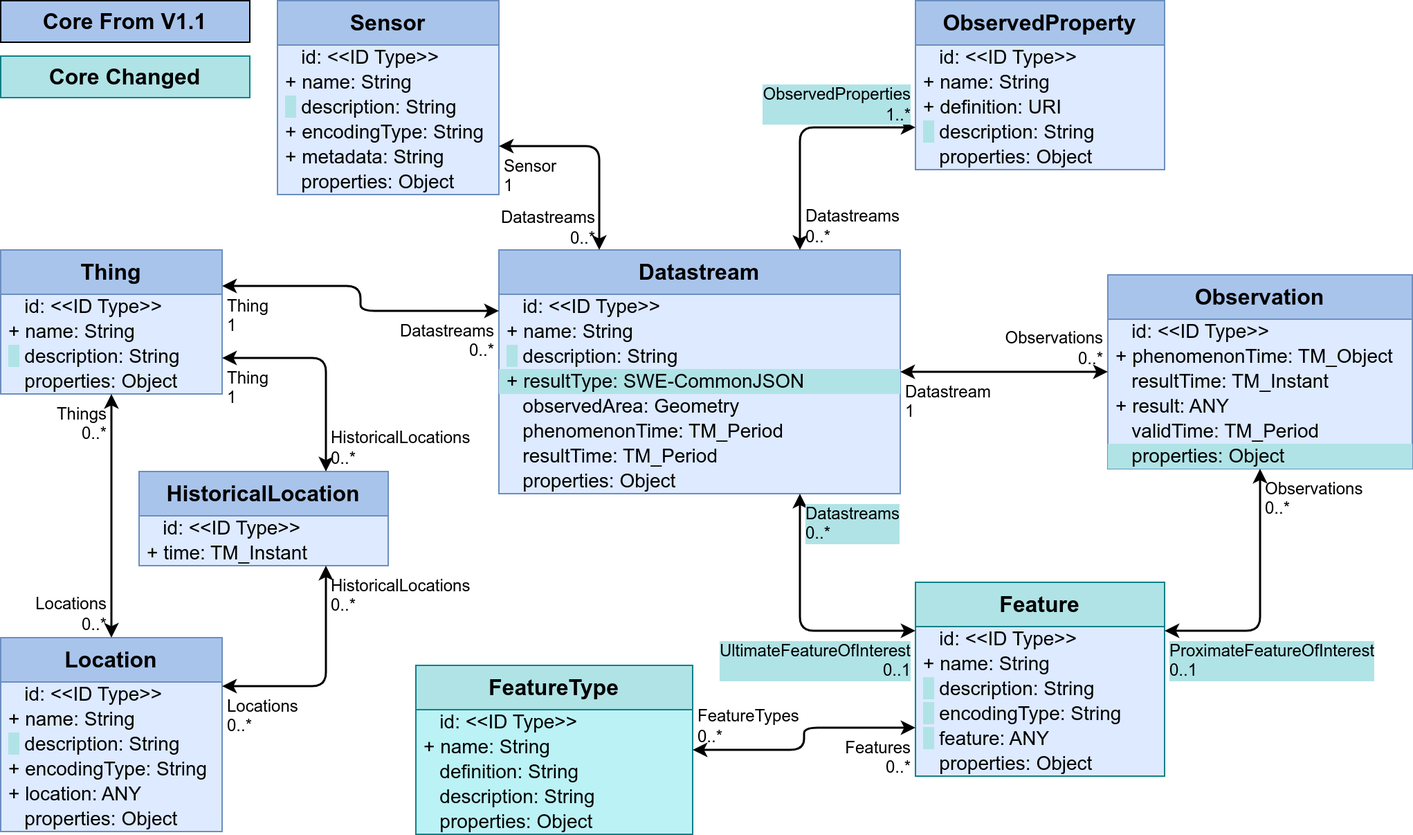
opengeospatial/sensorthings keeps this draw.io diagram as figures/Datamodel-SensorThingsApi-V2-proposal-1-Core.drawio.png. Above is the earlier version. Source tidied: cells renumbered, new cells last; positions are measured from the earlier drawing's top-left corner, leaving out a move shared by most shapes.
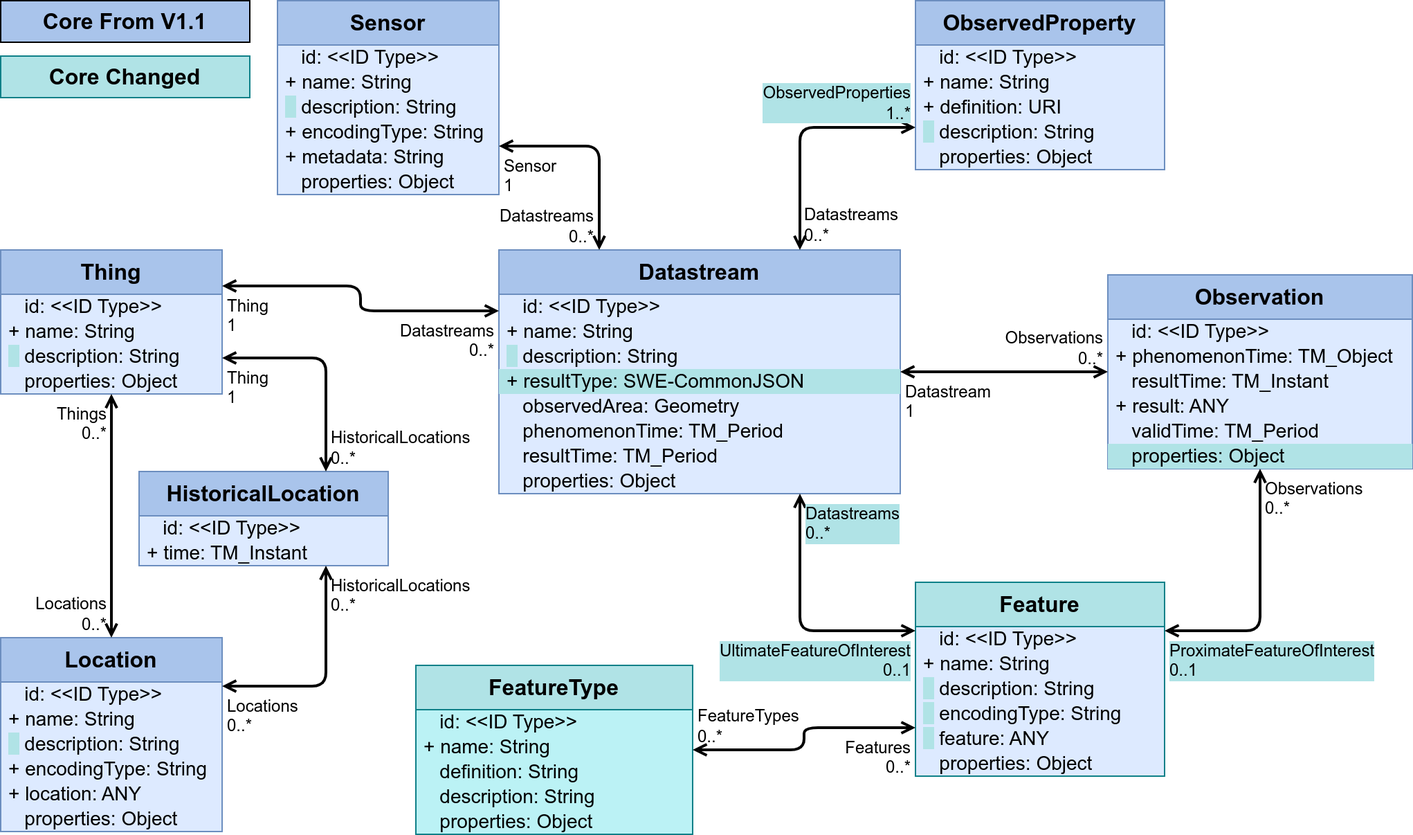
The same file after the commit.

What changed in the source:
```diff
@@ -50,7 +50,7 @@
     <mxCell id="17" value="&amp;nbsp;&amp;nbsp;&amp;nbsp;properties: Object" style="text;strokeColor=none;fillColor=none;align=left;verticalAlign=middle;spacingLeft=4;spacingRight=4;overflow=visible;html=1;fontSize=14;" parent="11" vertex="1">
       <mxGeometry y="122" width="180" height="18" as="geometry" />
     </mxCell>
-    <mxCell id="18" style="endArrow=classic;startArrow=classic;html=1;rounded=1;exitX=0;exitY=0.25;exitDx=0;exitDy=0;edgeStyle=orthogonalEdgeStyle;entryX=0.75;entryY=1;entryDx=0;entryDy=0;curved=0;strokeWidth=1.5;" parent="1" edge="1" source="11" target="2">
+    <mxCell id="18" style="endArrow=open;startArrow=open;html=1;rounded=1;exitX=0;exitY=0.25;exitDx=0;exitDy=0;edgeStyle=orthogonalEdgeStyle;entryX=0.75;entryY=1;entryDx=0;entryDy=0;curved=0;strokeWidth=2;startFill=0;endFill=0;" parent="1" edge="1" source="11" target="2">
       <mxGeometry relative="1" as="geometry" />
     </mxCell>
     <mxCell id="19" value="UltimateFeatureOfInterest&lt;br&gt;0..1" style="edgeLabel;html=1;align=right;verticalAlign=top;labelBackgroundColor=#B0E3E6;fontSize=12;spacingLeft=1;spacing=3;spacingRight=2;" parent="18" vertex="1">
@@ -77,7 +77,7 @@
     <mxCell id="26" value="&amp;nbsp;&amp;nbsp;&amp;nbsp;properties: Object" style="text;strokeColor=none;fillColor=none;align=left;verticalAlign=middle;spacingLeft=4;spacingRight=4;overflow=visible;html=1;fontSize=14;" parent="21" vertex="1">
       <mxGeometry y="104" width="200" height="18" as="geometry" />
     </mxCell>
-    <mxCell id="27" style="endArrow=classic;startArrow=classic;html=1;rounded=1;edgeStyle=orthogonalEdgeStyle;entryX=0;entryY=0.75;entryDx=0;entryDy=0;exitX=1;exitY=0.5;exitDx=0;exitDy=0;strokeWidth=1.5;curved=0;" parent="1" edge="1" source="21" target="11">
+    <mxCell id="27" style="endArrow=open;startArrow=open;html=1;rounded=1;edgeStyle=orthogonalEdgeStyle;entryX=0;entryY=0.75;entryDx=0;entryDy=0;exitX=1;exitY=0.5;exitDx=0;exitDy=0;strokeWidth=2;curved=0;startFill=0;endFill=0;" parent="1" edge="1" source="21" target="11">
       <mxGeometry relative="1" as="geometry" />
     </mxCell>
     <mxCell id="28" value="FeatureTypes&lt;br&gt;0..*" style="edgeLabel;html=1;align=left;verticalAlign=bottom;labelBackgroundColor=none;fontSize=12;spacingLeft=1;spacing=3;spacingRight=2;" parent="27" vertex="1">
@@ -116,7 +116,7 @@
     <mxCell id="39" value="&amp;nbsp;&amp;nbsp;&amp;nbsp;properties: Object" style="text;strokeColor=none;fillColor=none;align=left;verticalAlign=middle;spacingLeft=4;spacingRight=4;overflow=visible;html=1;fontSize=14;" parent="33" vertex="1">
       <mxGeometry y="122" width="160" height="18" as="geometry" />
     </mxCell>
-    <mxCell id="40" style="endArrow=classic;startArrow=classic;html=1;rounded=1;entryX=0.75;entryY=1;entryDx=0;entryDy=0;edgeStyle=orthogonalEdgeStyle;exitX=1;exitY=0.25;exitDx=0;exitDy=0;strokeWidth=1.5;curved=0;" parent="1" edge="1" source="33" target="30">
+    <mxCell id="40" style="endArrow=open;startArrow=open;html=1;rounded=1;entryX=0.75;entryY=1;entryDx=0;entryDy=0;edgeStyle=orthogonalEdgeStyle;exitX=1;exitY=0.25;exitDx=0;exitDy=0;strokeWidth=2;curved=0;startFill=0;endFill=0;" parent="1" edge="1" source="33" target="30">
       <mxGeometry relative="1" as="geometry" />
     </mxCell>
     <mxCell id="41" value="Locations&lt;br&gt;0..*" style="edgeLabel;html=1;align=left;verticalAlign=top;labelBackgroundColor=none;fontSize=12;spacingLeft=1;spacing=3;spacingRight=2;" parent="40" vertex="1">
@@ -146,7 +146,7 @@
     <mxCell id="49" value="&amp;nbsp;&amp;nbsp;&amp;nbsp;properties: Object" style="text;strokeColor=none;fillColor=#b0e3e6;align=left;verticalAlign=middle;spacingLeft=4;spacingRight=4;overflow=visible;html=1;fontSize=14;" parent="43" vertex="1">
       <mxGeometry y="122" width="220" height="18" as="geometry" />
     </mxCell>
-    <mxCell id="50" style="endArrow=classic;startArrow=classic;html=1;rounded=1;exitX=0;exitY=0.5;exitDx=0;exitDy=0;entryX=1;entryY=0.5;entryDx=0;entryDy=0;edgeStyle=orthogonalEdgeStyle;strokeWidth=1.5;curved=0;" parent="1" edge="1" source="43" target="2">
+    <mxCell id="50" style="endArrow=open;startArrow=open;html=1;rounded=1;exitX=0;exitY=0.5;exitDx=0;exitDy=0;entryX=1;entryY=0.5;entryDx=0;entryDy=0;edgeStyle=orthogonalEdgeStyle;strokeWidth=2;curved=0;startFill=0;endFill=0;" parent="1" edge="1" source="43" target="2">
       <mxGeometry relative="1" as="geometry" />
     </mxCell>
     <mxCell id="51" value="Observations&lt;br&gt;0..*" style="edgeLabel;html=1;align=right;verticalAlign=bottom;labelBackgroundColor=none;fontSize=12;spacingLeft=1;spacing=3;spacingRight=2;" parent="50" vertex="1">
@@ -155,7 +155,7 @@
     <mxCell id="52" value="Datastream&lt;br&gt;1" style="edgeLabel;html=1;align=left;verticalAlign=top;labelBackgroundColor=none;fontSize=12;spacingLeft=1;spacing=3;spacingRight=2;" parent="50" vertex="1">
       <mxGeometry x="1" relative="1" as="geometry" />
     </mxCell>
-    <mxCell id="53" style="endArrow=classic;startArrow=classic;html=1;rounded=1;exitX=0.5;exitY=1;exitDx=0;exitDy=0;edgeStyle=orthogonalEdgeStyle;entryX=1;entryY=0.25;entryDx=0;entryDy=0;curved=0;strokeWidth=1.5;" parent="1" edge="1" source="43" target="11">
+    <mxCell id="53" style="endArrow=open;startArrow=open;html=1;rounded=1;exitX=0.5;exitY=1;exitDx=0;exitDy=0;edgeStyle=orthogonalEdgeStyle;entryX=1;entryY=0.25;entryDx=0;entryDy=0;curved=0;strokeWidth=2;startFill=0;endFill=0;" parent="1" edge="1" source="43" target="11">
       <mxGeometry relative="1" as="geometry" />
     </mxCell>
     <mxCell id="54" value="Observations&lt;br&gt;0..*" style="edgeLabel;html=1;align=left;verticalAlign=top;labelBackgroundColor=none;fontSize=12;spacingLeft=1;spacing=3;spacingRight=2;" parent="53" vertex="1">
@@ -182,7 +182,7 @@
     <mxCell id="61" value="&amp;nbsp;&amp;nbsp;&amp;nbsp;properties: Object" style="text;strokeColor=none;fillColor=none;align=left;verticalAlign=middle;spacingLeft=4;spacingRight=4;overflow=visible;html=1;fontSize=14;" parent="56" vertex="1">
       <mxGeometry y="104" width="180" height="18" as="geometry" />
     </mxCell>
-    <mxCell id="62" style="endArrow=classic;startArrow=classic;html=1;rounded=1;edgeStyle=orthogonalEdgeStyle;entryX=0.75;entryY=0;entryDx=0;entryDy=0;exitX=0;exitY=0.75;exitDx=0;exitDy=0;curved=0;strokeWidth=1.5;" parent="1" edge="1" source="56" target="2">
+    <mxCell id="62" style="endArrow=open;startArrow=open;html=1;rounded=1;edgeStyle=orthogonalEdgeStyle;entryX=0.75;entryY=0;entryDx=0;entryDy=0;exitX=0;exitY=0.75;exitDx=0;exitDy=0;curved=0;strokeWidth=2;startFill=0;endFill=0;" parent="1" edge="1" source="56" target="2">
       <mxGeometry relative="1" as="geometry" />
     </mxCell>
     <mxCell id="63" value="ObservedProperties&lt;br&gt;1..*" style="edgeLabel;html=1;align=right;verticalAlign=bottom;labelBackgroundColor=#B0E3E6;fontSize=12;spacingLeft=1;spacing=3;spacingRight=2;" parent="62" vertex="1">
@@ -212,7 +212,7 @@
     <mxCell id="71" value="&amp;nbsp;&amp;nbsp;&amp;nbsp;properties: Object" style="text;strokeColor=none;fillColor=none;align=left;verticalAlign=middle;spacingLeft=4;spacingRight=4;overflow=visible;html=1;fontSize=14;" parent="65" vertex="1">
       <mxGeometry y="122" width="160" height="18" as="geometry" />
     </mxCell>
-    <mxCell id="72" style="endArrow=classic;startArrow=classic;html=1;rounded=1;entryX=0.25;entryY=0;entryDx=0;entryDy=0;edgeStyle=orthogonalEdgeStyle;exitX=1;exitY=0.75;exitDx=0;exitDy=0;curved=0;strokeWidth=1.5;" parent="1" edge="1" source="65" target="2">
+    <mxCell id="72" style="endArrow=open;startArrow=open;html=1;rounded=1;entryX=0.25;entryY=0;entryDx=0;entryDy=0;edgeStyle=orthogonalEdgeStyle;exitX=1;exitY=0.75;exitDx=0;exitDy=0;curved=0;strokeWidth=2;startFill=0;endFill=0;" parent="1" edge="1" source="65" target="2">
       <mxGeometry relative="1" as="geometry" />
     </mxCell>
     <mxCell id="73" value="Sensor&lt;br&gt;1" style="edgeLabel;html=1;align=left;verticalAlign=top;labelBackgroundColor=none;fontSize=12;spacingLeft=1;spacing=3;spacingRight=2;" parent="72" vertex="1">
@@ -236,7 +236,7 @@
     <mxCell id="79" value="&amp;nbsp;&amp;nbsp;&amp;nbsp;properties: Object" style="text;strokeColor=none;fillColor=none;align=left;verticalAlign=middle;spacingLeft=4;spacingRight=4;overflow=visible;html=1;fontSize=14;" parent="75" vertex="1">
       <mxGeometry y="86" width="160" height="18" as="geometry" />
     </mxCell>
-    <mxCell id="80" style="endArrow=classic;startArrow=classic;html=1;rounded=1;exitX=1;exitY=0.75;exitDx=0;exitDy=0;edgeStyle=orthogonalEdgeStyle;entryX=0.75;entryY=0;entryDx=0;entryDy=0;strokeWidth=1.5;curved=0;" parent="1" edge="1" source="75" target="30">
+    <mxCell id="80" style="endArrow=open;startArrow=open;html=1;rounded=1;exitX=1;exitY=0.75;exitDx=0;exitDy=0;edgeStyle=orthogonalEdgeStyle;entryX=0.75;entryY=0;entryDx=0;entryDy=0;strokeWidth=2;curved=0;startFill=0;endFill=0;" parent="1" edge="1" source="75" target="30">
       <mxGeometry relative="1" as="geometry" />
     </mxCell>
     <mxCell id="81" value="Thing&lt;br&gt;1" style="edgeLabel;html=1;align=left;verticalAlign=top;labelBackgroundColor=none;fontSize=12;spacingLeft=1;spacing=3;spacingRight=2;" parent="80" vertex="1">
@@ -245,7 +245,7 @@
     <mxCell id="82" value="HistoricalLocations&lt;br&gt;0..*" style="edgeLabel;html=1;align=left;verticalAlign=bottom;labelBackgroundColor=none;fontSize=12;spacingLeft=1;spacing=3;spacingRight=2;" parent="80" vertex="1">
       <mxGeometry x="1" relative="1" as="geometry" />
     </mxCell>
-    <mxCell id="83" style="endArrow=classic;startArrow=classic;html=1;rounded=1;noEdgeStyle=1;entryX=0.5;entryY=0;entryDx=0;entryDy=0;exitX=0.5;exitY=1;exitDx=0;exitDy=0;strokeWidth=1.5;curved=0;" parent="1" edge="1" source="75" target="33">
+    <mxCell id="83" style="endArrow=open;startArrow=open;html=1;rounded=1;noEdgeStyle=1;entryX=0.5;entryY=0;entryDx=0;entryDy=0;exitX=0.5;exitY=1;exitDx=0;exitDy=0;strokeWidth=2;curved=0;startFill=0;endFill=0;" parent="1" edge="1" source="75" target="33">
       <mxGeometry relative="1" as="geometry" />
     </mxCell>
     <mxCell id="84" value="Things&lt;br&gt;0..*" style="edgeLabel;html=1;align=right;verticalAlign=top;labelBackgroundColor=none;fontSize=12;spacingLeft=1;spacing=3;spacingRight=2;" parent="83" vertex="1">
@@ -254,7 +254,7 @@
     <mxCell id="85" value="Locations&lt;br&gt;0..*" style="edgeLabel;html=1;align=right;verticalAlign=bottom;labelBackgroundColor=none;fontSize=12;spacingLeft=1;spacing=3;spacingRight=2;" parent="83" vertex="1">
       <mxGeometry x="1" relative="1" as="geometry" />
     </mxCell>
-    <mxCell id="86" style="endArrow=classic;startArrow=classic;html=1;rounded=1;edgeStyle=orthogonalEdgeStyle;entryX=0;entryY=0.25;entryDx=0;entryDy=0;exitX=1;exitY=0.25;exitDx=0;exitDy=0;strokeWidth=1.5;curved=0;" parent="1" edge="1" source="75" target="2">
+    <mxCell id="86" style="endArrow=open;startArrow=open;html=1;rounded=1;edgeStyle=orthogonalEdgeStyle;entryX=0;entryY=0.25;entryDx=0;entryDy=0;exitX=1;exitY=0.25;exitDx=0;exitDy=0;strokeWidth=2;curved=0;startFill=0;endFill=0;" parent="1" edge="1" source="75" target="2">
       <mxGeometry relative="1" as="geometry" />
     </mxCell>
     <mxCell id="87" value="Thing&lt;br&gt;1" style="edgeLabel;html=1;align=left;verticalAlign=top;labelBackgroundColor=none;fontSize=12;spacingLeft=1;spacing=3;spacingRight=2;" parent="86" vertex="1">
```
